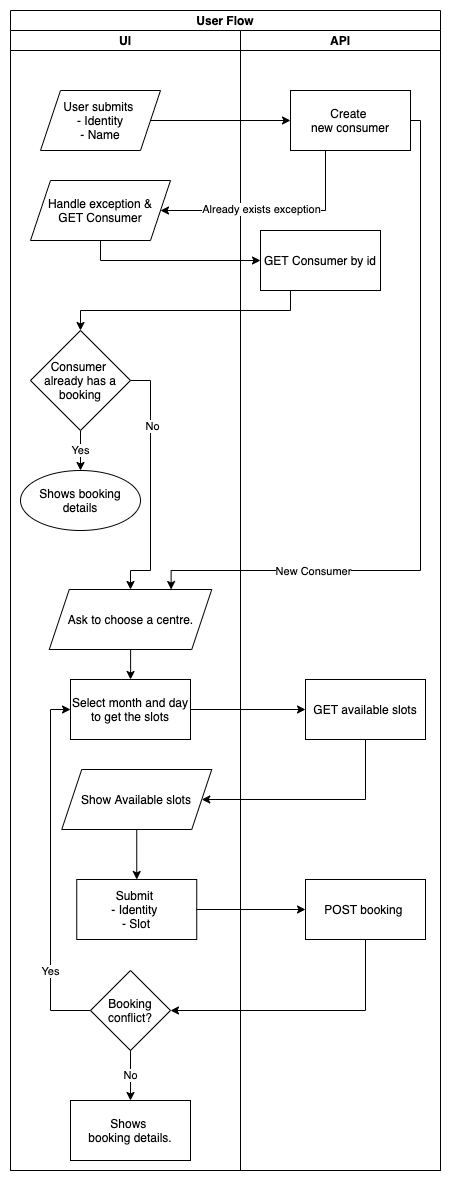
Above: user_flow.png in amitgiri0001/demo-vaccination-booking (draw.io), before the change. Source tidied: cells renumbered, new cells last; positions are measured from the earlier drawing's top-left corner, leaving out a move shared by most shapes.
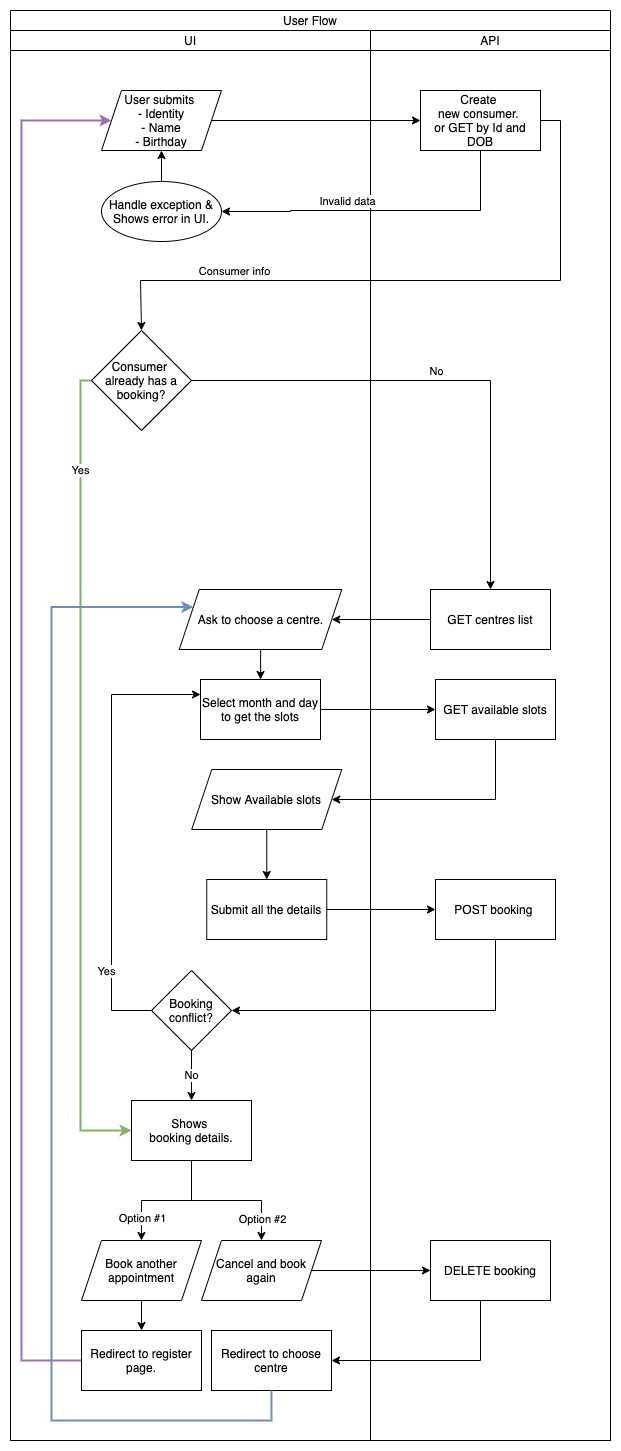
Later version of the same file.

Change to the diagram source:
```diff
@@ -2,153 +2,218 @@
   <root>
     <mxCell id="0" />
     <mxCell id="1" parent="0" />
-    <mxCell id="2" value="User Flow" style="swimlane;startSize=20;" parent="1" vertex="1">
-      <mxGeometry width="430" height="1160" as="geometry" />
+    <mxCell id="2" value="User Flow" style="swimlane;startSize=20;fontStyle=0;" parent="1" vertex="1">
+      <mxGeometry width="600" height="1430" as="geometry" />
     </mxCell>
-    <mxCell id="3" value="UI" style="swimlane;startSize=20;" parent="2" vertex="1">
-      <mxGeometry y="20" width="230" height="1140" as="geometry" />
+    <mxCell id="3" value="UI" style="swimlane;startSize=20;fontStyle=0;" parent="2" vertex="1">
+      <mxGeometry y="20" width="360" height="1410" as="geometry" />
     </mxCell>
-    <mxCell id="4" value="&lt;span&gt;User submits&amp;nbsp;&lt;/span&gt;&lt;br&gt;&lt;span&gt;- Identity&lt;/span&gt;&lt;br&gt;&lt;span&gt;- Name&lt;/span&gt;" style="shape=parallelogram;perimeter=parallelogramPerimeter;whiteSpace=wrap;html=1;fixedSize=1;" parent="3" vertex="1">
-      <mxGeometry x="30" y="60" width="120" height="60" as="geometry" />
+    <mxCell id="4" value="&lt;span&gt;User submits&amp;nbsp;&lt;/span&gt;&lt;br&gt;&lt;span&gt;- Identity&lt;/span&gt;&lt;br&gt;&lt;span&gt;- Name&lt;br&gt;- Birthday&lt;br&gt;&lt;/span&gt;" style="shape=parallelogram;perimeter=parallelogramPerimeter;whiteSpace=wrap;html=1;fixedSize=1;fontStyle=0;" parent="3" vertex="1">
+      <mxGeometry x="91" y="60" width="120" height="60" as="geometry" />
     </mxCell>
-    <mxCell id="5" value="Handle exception &amp;amp;&lt;br&gt;GET Consumer" style="shape=parallelogram;perimeter=parallelogramPerimeter;whiteSpace=wrap;html=1;fixedSize=1;" parent="3" vertex="1">
-      <mxGeometry x="20" y="150" width="140" height="60" as="geometry" />
-    </mxCell>
-    <mxCell id="6" value="Yes" style="edgeStyle=orthogonalEdgeStyle;rounded=0;jettySize=auto;html=1;" parent="3" edge="1" source="7" target="8">
-      <mxGeometry relative="1" as="geometry" />
+    <mxCell id="6" value="Yes" style="edgeStyle=orthogonalEdgeStyle;rounded=0;jettySize=auto;html=1;fontStyle=0;entryX=0;entryY=0.5;entryDx=0;entryDy=0;fillColor=#d5e8d4;strokeColor=#82b366;strokeWidth=2;" parent="3" edge="1" source="7" target="10">
+      <mxGeometry x="-0.75" relative="1" as="geometry">
+        <Array as="points">
+          <mxPoint x="70" y="350" />
+          <mxPoint x="70" y="1100" />
+        </Array>
+      </mxGeometry>
     </mxCell>
-    <mxCell id="7" value="Consumer&amp;nbsp;&lt;br&gt;already has a&lt;br&gt;booking" style="rhombus;whiteSpace=wrap;html=1;" parent="3" vertex="1">
-      <mxGeometry x="20" y="300" width="100" height="100" as="geometry" />
+    <mxCell id="7" value="Consumer&amp;nbsp;&lt;br&gt;already has a&lt;br&gt;booking?" style="rhombus;whiteSpace=wrap;html=1;fontStyle=0;" parent="3" vertex="1">
+      <mxGeometry x="81" y="300" width="100" height="100" as="geometry" />
     </mxCell>
-    <mxCell id="8" value="Shows booking&lt;br&gt;details" style="ellipse;whiteSpace=wrap;html=1;" parent="3" vertex="1">
-      <mxGeometry x="10" y="440" width="120" height="60" as="geometry" />
-    </mxCell>
-    <mxCell id="9" value="&lt;span&gt;Booking conflict?&lt;/span&gt;" style="rhombus;whiteSpace=wrap;html=1;" parent="3" vertex="1">
-      <mxGeometry x="80" y="940" width="80" height="80" as="geometry" />
+    <mxCell id="9" value="&lt;span&gt;Booking conflict?&lt;/span&gt;" style="rhombus;whiteSpace=wrap;html=1;fontStyle=0;" parent="3" vertex="1">
+      <mxGeometry x="141" y="940" width="80" height="80" as="geometry" />
     </mxCell>
-    <mxCell id="10" value="Shows&amp;nbsp;&lt;br&gt;booking details." style="whiteSpace=wrap;html=1;" parent="3" vertex="1">
-      <mxGeometry x="60" y="1070" width="120" height="60" as="geometry" />
+    <mxCell id="10" value="Shows&amp;nbsp;&lt;br&gt;booking details." style="whiteSpace=wrap;html=1;fontStyle=0;" parent="3" vertex="1">
+      <mxGeometry x="121" y="1070" width="120" height="60" as="geometry" />
     </mxCell>
-    <mxCell id="11" value="No" style="edgeStyle=orthogonalEdgeStyle;rounded=0;jettySize=auto;html=1;" parent="3" edge="1" source="9" target="10">
+    <mxCell id="11" value="No" style="edgeStyle=orthogonalEdgeStyle;rounded=0;jettySize=auto;html=1;fontStyle=0;" parent="3" edge="1" source="9" target="10">
       <mxGeometry relative="1" as="geometry" />
     </mxCell>
+    <mxCell id="38" style="edgeStyle=orthogonalEdgeStyle;rounded=0;jettySize=auto;html=1;fontStyle=0;" parent="3" edge="1" source="39" target="4">
+      <mxGeometry relative="1" as="geometry" />
+    </mxCell>
+    <mxCell id="39" value="&lt;span&gt;Handle exception &amp;amp;&lt;/span&gt;&lt;br&gt;&lt;span&gt;Shows error in UI.&lt;/span&gt;" style="ellipse;whiteSpace=wrap;html=1;fontStyle=0;" parent="3" vertex="1">
+      <mxGeometry x="91" y="151" width="120" height="60" as="geometry" />
+    </mxCell>
+    <mxCell id="40" style="edgeStyle=orthogonalEdgeStyle;rounded=0;jettySize=auto;html=1;fontStyle=0;" parent="3" edge="1" source="41" target="46">
+      <mxGeometry relative="1" as="geometry" />
+    </mxCell>
+    <mxCell id="41" value="Book another appointment" style="shape=parallelogram;perimeter=parallelogramPerimeter;whiteSpace=wrap;html=1;fixedSize=1;fontStyle=0;" parent="3" vertex="1">
+      <mxGeometry x="71" y="1210" width="120" height="60" as="geometry" />
+    </mxCell>
+    <mxCell id="42" style="edgeStyle=orthogonalEdgeStyle;rounded=0;jettySize=auto;html=1;fontStyle=0;" parent="3" edge="1" source="10" target="41">
+      <mxGeometry relative="1" as="geometry" />
+    </mxCell>
+    <mxCell id="43" value="Option #1" style="edgeLabel;html=1;align=center;verticalAlign=middle;" parent="42" vertex="1">
+      <mxGeometry x="0.2" y="-3" relative="1" as="geometry">
+        <mxPoint x="-12" y="20" as="offset" />
+      </mxGeometry>
+    </mxCell>
+    <mxCell id="44" value="Redirect to choose centre" style="whiteSpace=wrap;html=1;fontStyle=0;" parent="3" vertex="1">
+      <mxGeometry x="201" y="1300" width="120" height="60" as="geometry" />
+    </mxCell>
+    <mxCell id="45" style="edgeStyle=orthogonalEdgeStyle;rounded=0;jettySize=auto;html=1;entryX=0;entryY=0.5;entryDx=0;entryDy=0;fontStyle=0;fillColor=#e1d5e7;strokeColor=#9673a6;strokeWidth=2;" parent="3" edge="1" source="46" target="4">
+      <mxGeometry relative="1" as="geometry">
+        <Array as="points">
+          <mxPoint x="11" y="1330" />
+          <mxPoint x="11" y="90" />
+        </Array>
+      </mxGeometry>
+    </mxCell>
+    <mxCell id="46" value="Redirect to register page." style="whiteSpace=wrap;html=1;fontStyle=0;" parent="3" vertex="1">
+      <mxGeometry x="71" y="1300" width="120" height="60" as="geometry" />
+    </mxCell>
-    <mxCell id="12" style="edgeStyle=orthogonalEdgeStyle;rounded=0;jettySize=auto;html=1;entryX=0;entryY=0.5;entryDx=0;entryDy=0;" parent="2" edge="1" source="4" target="16">
+    <mxCell id="12" style="edgeStyle=orthogonalEdgeStyle;rounded=0;jettySize=auto;html=1;entryX=0;entryY=0.5;entryDx=0;entryDy=0;fontStyle=0;" parent="2" edge="1" source="4" target="16">
       <mxGeometry relative="1" as="geometry" />
     </mxCell>
-    <mxCell id="13" value="API" style="swimlane;startSize=20;" parent="2" vertex="1">
-      <mxGeometry x="230" y="20" width="200" height="1140" as="geometry" />
+    <mxCell id="13" value="API" style="swimlane;startSize=20;fontStyle=0;" parent="2" vertex="1">
+      <mxGeometry x="360" y="20" width="240" height="1410" as="geometry" />
     </mxCell>
-    <mxCell id="14" style="edgeStyle=orthogonalEdgeStyle;rounded=0;jettySize=auto;html=1;entryX=0.75;entryY=0;entryDx=0;entryDy=0;" parent="13" edge="1" source="16" target="27">
-      <mxGeometry relative="1" as="geometry">
-        <Array as="points">
-          <mxPoint x="180" y="90" />
-          <mxPoint x="180" y="540" />
-          <mxPoint x="-69" y="540" />
-        </Array>
-      </mxGeometry>
-    </mxCell>
-    <mxCell id="15" value="New Consumer" style="edgeLabel;html=1;align=center;verticalAlign=middle;" parent="14" vertex="1">
-      <mxGeometry x="0.56" relative="1" as="geometry" />
-    </mxCell>
-    <mxCell id="16" value="&lt;span&gt;Create&amp;nbsp;&lt;/span&gt;&lt;br&gt;&lt;span&gt;new consumer&lt;/span&gt;" style="whiteSpace=wrap;html=1;" parent="13" vertex="1">
+    <mxCell id="16" value="&lt;span&gt;Create&amp;nbsp;&lt;/span&gt;&lt;br&gt;&lt;span&gt;new consumer. &lt;br&gt;or GET by Id and DOB&lt;/span&gt;" style="whiteSpace=wrap;html=1;fontStyle=0;" parent="13" vertex="1">
       <mxGeometry x="50" y="60" width="120" height="60" as="geometry" />
     </mxCell>
-    <mxCell id="17" value="GET Consumer by id" style="whiteSpace=wrap;html=1;" parent="13" vertex="1">
-      <mxGeometry x="20" y="200" width="120" height="60" as="geometry" />
-    </mxCell>
-    <mxCell id="18" value="Select month and day to get the slots" style="whiteSpace=wrap;html=1;" parent="13" vertex="1">
+    <mxCell id="18" value="Select month and day to get the slots" style="whiteSpace=wrap;html=1;fontStyle=0;" parent="13" vertex="1">
       <mxGeometry x="-170" y="649" width="120" height="60" as="geometry" />
     </mxCell>
+    <mxCell id="21" style="edgeStyle=orthogonalEdgeStyle;rounded=0;jettySize=auto;html=1;fontStyle=0;" parent="13" edge="1" source="19" target="20">
+      <mxGeometry relative="1" as="geometry" />
+    </mxCell>
-    <mxCell id="19" value="Show Available slots" style="shape=parallelogram;perimeter=parallelogramPerimeter;whiteSpace=wrap;html=1;fixedSize=1;" parent="13" vertex="1">
+    <mxCell id="19" value="Show Available slots" style="shape=parallelogram;perimeter=parallelogramPerimeter;whiteSpace=wrap;html=1;fixedSize=1;fontStyle=0;" parent="13" vertex="1">
       <mxGeometry x="-178.8" y="739" width="150" height="60" as="geometry" />
     </mxCell>
-    <mxCell id="20" value="Submit &lt;br&gt;- Identity&amp;nbsp;&lt;br&gt;- Slot" style="whiteSpace=wrap;html=1;" parent="13" vertex="1">
+    <mxCell id="20" value="Submit all the details" style="whiteSpace=wrap;html=1;fontStyle=0;" parent="13" vertex="1">
       <mxGeometry x="-163.8" y="849" width="120" height="60" as="geometry" />
     </mxCell>
-    <mxCell id="21" style="edgeStyle=orthogonalEdgeStyle;rounded=0;jettySize=auto;html=1;" parent="13" edge="1" source="19" target="20">
-      <mxGeometry relative="1" as="geometry" />
-    </mxCell>
-    <mxCell id="22" value="GET available slots" style="whiteSpace=wrap;html=1;" parent="13" vertex="1">
+    <mxCell id="22" value="GET available slots" style="whiteSpace=wrap;html=1;fontStyle=0;" parent="13" vertex="1">
       <mxGeometry x="65" y="649" width="120" height="60" as="geometry" />
     </mxCell>
-    <mxCell id="23" style="edgeStyle=orthogonalEdgeStyle;rounded=0;jettySize=auto;html=1;" parent="13" edge="1" source="18" target="22">
+    <mxCell id="23" style="edgeStyle=orthogonalEdgeStyle;rounded=0;jettySize=auto;html=1;fontStyle=0;" parent="13" edge="1" source="18" target="22">
       <mxGeometry relative="1" as="geometry" />
     </mxCell>
-    <mxCell id="24" style="edgeStyle=orthogonalEdgeStyle;rounded=0;jettySize=auto;html=1;entryX=1;entryY=0.5;entryDx=0;entryDy=0;" parent="13" edge="1" source="22" target="19">
+    <mxCell id="24" style="edgeStyle=orthogonalEdgeStyle;rounded=0;jettySize=auto;html=1;entryX=1;entryY=0.5;entryDx=0;entryDy=0;fontStyle=0;" parent="13" edge="1" source="22" target="19">
       <mxGeometry relative="1" as="geometry">
         <Array as="points">
           <mxPoint x="125" y="769" />
         </Array>
       </mxGeometry>
     </mxCell>
-    <mxCell id="25" value="POST booking&amp;nbsp;" style="whiteSpace=wrap;html=1;" parent="13" vertex="1">
+    <mxCell id="25" value="POST booking&amp;nbsp;" style="whiteSpace=wrap;html=1;fontStyle=0;" parent="13" vertex="1">
       <mxGeometry x="65" y="849" width="120" height="60" as="geometry" />
     </mxCell>
-    <mxCell id="26" style="edgeStyle=orthogonalEdgeStyle;rounded=0;jettySize=auto;html=1;" parent="13" edge="1" source="20" target="25">
+    <mxCell id="26" style="edgeStyle=orthogonalEdgeStyle;rounded=0;jettySize=auto;html=1;fontStyle=0;" parent="13" edge="1" source="20" target="25">
       <mxGeometry relative="1" as="geometry" />
     </mxCell>
+    <mxCell id="28" style="edgeStyle=orthogonalEdgeStyle;rounded=0;jettySize=auto;html=1;fontStyle=0;" parent="13" edge="1" source="27" target="18">
+      <mxGeometry relative="1" as="geometry" />
+    </mxCell>
-    <mxCell id="27" value="Ask to choose a centre." style="shape=parallelogram;perimeter=parallelogramPerimeter;whiteSpace=wrap;html=1;fixedSize=1;" parent="13" vertex="1">
+    <mxCell id="27" value="Ask to choose a centre." style="shape=parallelogram;perimeter=parallelogramPerimeter;whiteSpace=wrap;html=1;fixedSize=1;fontStyle=0;" parent="13" vertex="1">
       <mxGeometry x="-191.2" y="559" width="162.5" height="60" as="geometry" />
     </mxCell>
-    <mxCell id="28" style="edgeStyle=orthogonalEdgeStyle;rounded=0;jettySize=auto;html=1;" parent="13" edge="1" source="27" target="18">
-      <mxGeometry relative="1" as="geometry" />
-    </mxCell>
+    <mxCell id="47" style="edgeStyle=orthogonalEdgeStyle;rounded=0;jettySize=auto;html=1;entryX=1;entryY=0.5;entryDx=0;entryDy=0;fontStyle=0;" parent="13" edge="1" source="48" target="27">
+      <mxGeometry relative="1" as="geometry" />
+    </mxCell>
+    <mxCell id="48" value="GET centres list" style="whiteSpace=wrap;html=1;fontStyle=0;" parent="13" vertex="1">
+      <mxGeometry x="60" y="559" width="120" height="60" as="geometry" />
+    </mxCell>
+    <mxCell id="49" value="DELETE booking" style="whiteSpace=wrap;html=1;fontStyle=0;" parent="13" vertex="1">
+      <mxGeometry x="60" y="1210" width="120" height="60" as="geometry" />
+    </mxCell>
-    <mxCell id="29" style="edgeStyle=orthogonalEdgeStyle;rounded=0;jettySize=auto;html=1;entryX=1;entryY=0.5;entryDx=0;entryDy=0;exitX=0.5;exitY=1;exitDx=0;exitDy=0;" parent="2" edge="1" source="16" target="5">
+    <mxCell id="29" style="edgeStyle=orthogonalEdgeStyle;rounded=0;jettySize=auto;html=1;exitX=0.5;exitY=1;exitDx=0;exitDy=0;entryX=1;entryY=0.5;entryDx=0;entryDy=0;fontStyle=0;" parent="2" edge="1" source="16" target="39">
       <mxGeometry relative="1" as="geometry">
         <Array as="points">
-          <mxPoint x="315" y="140" />
-          <mxPoint x="315" y="200" />
+          <mxPoint x="470" y="200" />
+          <mxPoint x="280" y="200" />
+          <mxPoint x="280" y="201" />
         </Array>
       </mxGeometry>
     </mxCell>
-    <mxCell id="30" value="Already exists exception" style="edgeLabel;html=1;align=center;verticalAlign=middle;" parent="29" vertex="1">
-      <mxGeometry x="0.2" y="-2" relative="1" as="geometry" />
+    <mxCell id="30" value="Invalid data" style="edgeLabel;html=1;align=center;verticalAlign=middle;fontStyle=0;" parent="29" vertex="1">
+      <mxGeometry x="0.2" y="-2" relative="1" as="geometry">
+        <mxPoint x="-2" y="-8" as="offset" />
+      </mxGeometry>
     </mxCell>
-    <mxCell id="31" style="edgeStyle=orthogonalEdgeStyle;rounded=0;jettySize=auto;html=1;entryX=0;entryY=0.5;entryDx=0;entryDy=0;" parent="2" edge="1" source="5" target="17">
-      <mxGeometry relative="1" as="geometry">
-        <Array as="points">
-          <mxPoint x="90" y="250" />
-        </Array>
-      </mxGeometry>
-    </mxCell>
-    <mxCell id="32" style="edgeStyle=orthogonalEdgeStyle;rounded=0;jettySize=auto;html=1;entryX=0.5;entryY=0;entryDx=0;entryDy=0;" parent="2" edge="1" source="17" target="7">
-      <mxGeometry relative="1" as="geometry">
-        <Array as="points">
-          <mxPoint x="280" y="300" />
-        </Array>
-      </mxGeometry>
-    </mxCell>
-    <mxCell id="33" style="edgeStyle=orthogonalEdgeStyle;rounded=0;jettySize=auto;html=1;entryX=0.5;entryY=0;entryDx=0;entryDy=0;" parent="2" edge="1" source="7" target="27">
+    <mxCell id="33" style="edgeStyle=orthogonalEdgeStyle;rounded=0;jettySize=auto;html=1;entryX=0.5;entryY=0;entryDx=0;entryDy=0;fontStyle=0;" parent="2" edge="1" source="7" target="48">
       <mxGeometry relative="1" as="geometry">
         <Array as="points">
-          <mxPoint x="140" y="370" />
-          <mxPoint x="140" y="560" />
-          <mxPoint x="120" y="560" />
+          <mxPoint x="480" y="370" />
         </Array>
       </mxGeometry>
     </mxCell>
-    <mxCell id="34" value="No" style="edgeLabel;html=1;align=center;verticalAlign=middle;" parent="33" vertex="1">
-      <mxGeometry x="-0.47" y="1" relative="1" as="geometry" />
+    <mxCell id="34" value="No" style="edgeLabel;html=1;align=center;verticalAlign=middle;fontStyle=0;" parent="33" vertex="1">
+      <mxGeometry x="-0.47" y="1" relative="1" as="geometry">
+        <mxPoint x="111" y="-9" as="offset" />
+      </mxGeometry>
     </mxCell>
-    <mxCell id="35" style="edgeStyle=orthogonalEdgeStyle;rounded=0;jettySize=auto;html=1;entryX=1;entryY=0.5;entryDx=0;entryDy=0;" parent="2" edge="1" source="25" target="9">
+    <mxCell id="35" style="edgeStyle=orthogonalEdgeStyle;rounded=0;jettySize=auto;html=1;entryX=1;entryY=0.5;entryDx=0;entryDy=0;fontStyle=0;" parent="2" edge="1" source="25" target="9">
       <mxGeometry relative="1" as="geometry">
         <Array as="points">
-          <mxPoint x="355" y="1000" />
+          <mxPoint x="485" y="1000" />
         </Array>
       </mxGeometry>
     </mxCell>
-    <mxCell id="36" style="edgeStyle=orthogonalEdgeStyle;rounded=0;jettySize=auto;html=1;entryX=0;entryY=0.5;entryDx=0;entryDy=0;exitX=0;exitY=0.5;exitDx=0;exitDy=0;" parent="2" edge="1" source="9" target="18">
+    <mxCell id="36" style="edgeStyle=orthogonalEdgeStyle;rounded=0;jettySize=auto;html=1;entryX=0;entryY=0.25;entryDx=0;entryDy=0;exitX=0;exitY=0.5;exitDx=0;exitDy=0;fontStyle=0;" parent="2" edge="1" source="9" target="18">
       <mxGeometry relative="1" as="geometry">
         <Array as="points">
-          <mxPoint x="40" y="1000" />
-          <mxPoint x="40" y="699" />
+          <mxPoint x="101" y="1000" />
+          <mxPoint x="101" y="684" />
         </Array>
       </mxGeometry>
     </mxCell>
-    <mxCell id="37" value="Yes" style="edgeLabel;html=1;align=center;verticalAlign=middle;" parent="36" vertex="1">
+    <mxCell id="37" value="Yes" style="edgeLabel;html=1;align=center;verticalAlign=middle;fontStyle=0;" parent="36" vertex="1">
       <mxGeometry x="-0.88" y="1" relative="1" as="geometry">
         <mxPoint x="-20" y="-41" as="offset" />
       </mxGeometry>
     </mxCell>
+    <mxCell id="14" style="edgeStyle=orthogonalEdgeStyle;rounded=0;jettySize=auto;html=1;entryX=0.5;entryY=0;entryDx=0;entryDy=0;fontStyle=0;" parent="2" edge="1" source="16" target="7">
+      <mxGeometry relative="1" as="geometry">
+        <Array as="points">
+          <mxPoint x="550" y="110" />
+          <mxPoint x="550" y="270" />
+          <mxPoint x="130" y="270" />
+        </Array>
+      </mxGeometry>
+    </mxCell>
+    <mxCell id="15" value="Consumer info" style="edgeLabel;html=1;align=center;verticalAlign=middle;fontStyle=0;" parent="14" vertex="1">
+      <mxGeometry x="0.56" relative="1" as="geometry">
+        <mxPoint y="-10" as="offset" />
+      </mxGeometry>
+    </mxCell>
+    <mxCell id="50" style="edgeStyle=orthogonalEdgeStyle;rounded=0;jettySize=auto;html=1;fontStyle=0;" parent="2" edge="1" source="49" target="44">
+      <mxGeometry relative="1" as="geometry">
+        <Array as="points">
+          <mxPoint x="470" y="1350" />
+        </Array>
+      </mxGeometry>
+    </mxCell>
+    <mxCell id="51" style="edgeStyle=orthogonalEdgeStyle;rounded=0;jettySize=auto;html=1;entryX=0;entryY=0.25;entryDx=0;entryDy=0;fontStyle=0;fillColor=#dae8fc;strokeColor=#6c8ebf;strokeWidth=2;" parent="2" edge="1" source="44" target="27">
+      <mxGeometry relative="1" as="geometry">
+        <Array as="points">
+          <mxPoint x="261" y="1410" />
+          <mxPoint x="41" y="1410" />
+          <mxPoint x="41" y="597" />
+        </Array>
+      </mxGeometry>
+    </mxCell>
+    <mxCell id="52" style="edgeStyle=orthogonalEdgeStyle;rounded=0;jettySize=auto;html=1;exitX=0.5;exitY=1;exitDx=0;exitDy=0;entryX=0.5;entryY=0;entryDx=0;entryDy=0;fontStyle=0;" parent="1" edge="1" source="10" target="55">
+      <mxGeometry relative="1" as="geometry">
+        <Array as="points">
+          <mxPoint x="181" y="1190" />
+          <mxPoint x="251" y="1190" />
+        </Array>
+      </mxGeometry>
+    </mxCell>
+    <mxCell id="53" value="Option #2" style="edgeLabel;html=1;align=center;verticalAlign=middle;" parent="52" vertex="1">
+      <mxGeometry x="0.64" y="1" relative="1" as="geometry">
+        <mxPoint x="-1" y="5" as="offset" />
+      </mxGeometry>
+    </mxCell>
+    <mxCell id="54" style="edgeStyle=orthogonalEdgeStyle;rounded=0;jettySize=auto;html=1;fontStyle=0;" parent="1" edge="1" source="55" target="49">
+      <mxGeometry relative="1" as="geometry" />
+    </mxCell>
+    <mxCell id="55" value="Cancel and book again" style="shape=parallelogram;perimeter=parallelogramPerimeter;whiteSpace=wrap;html=1;fixedSize=1;fontStyle=0;" parent="1" vertex="1">
+      <mxGeometry x="191" y="1230" width="120" height="60" as="geometry" />
+    </mxCell>
   </root>
 </mxGraphModel>
```
